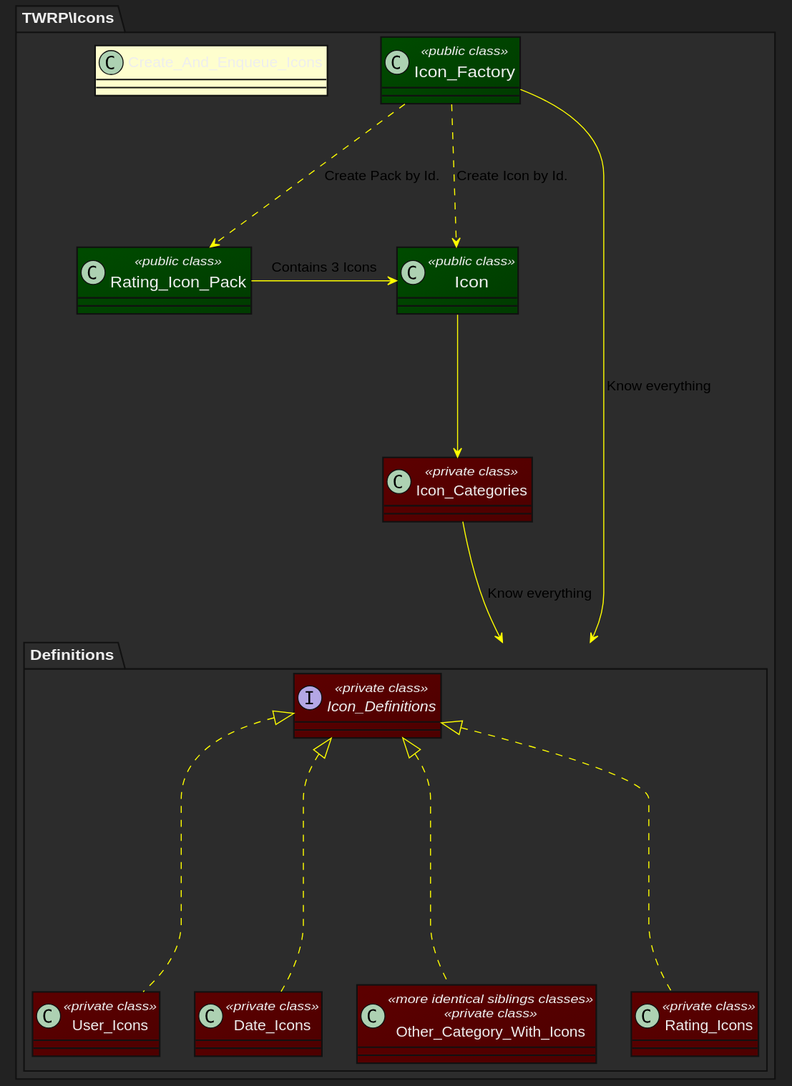
This is puml/Icons.svg from 9brada6/tabs-with-posts, a PlantUML export, as it was before one commit.
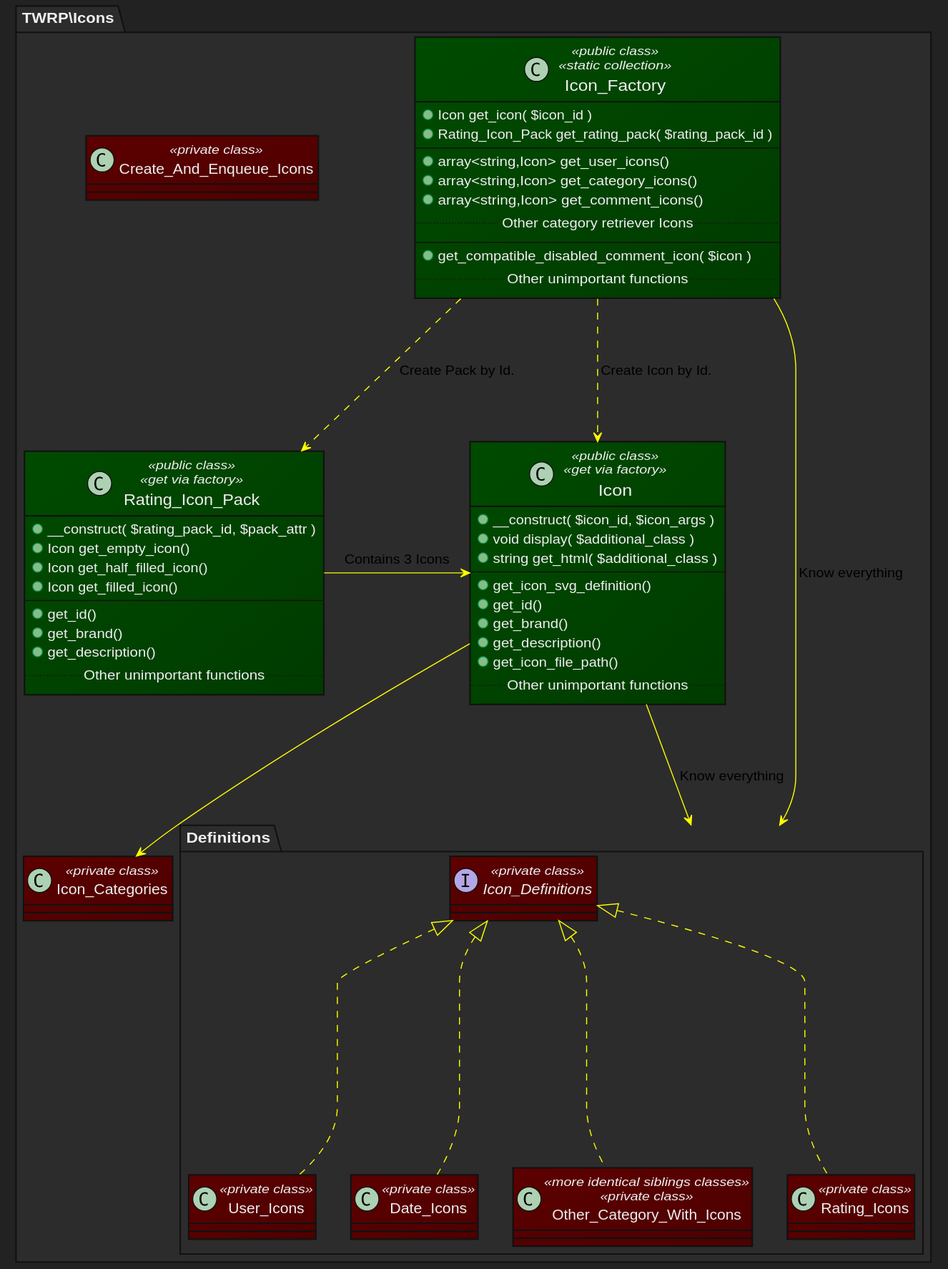
The same diagram one commit later.

Change to the diagram source:
```diff
@@ -44,10 +44,45 @@
 
 
 package "TWRP\Icons" {
-	class Icon_Factory <<public class>> {}
-	class Icon <<public class>> {}
-	class Rating_Icon_Pack <<public class>> {}
-	class Create_And_Enqueue_Icons {}
+	class Icon_Factory <<public class>> <<static collection>> {
+		+ Icon get_icon( $icon_id )
+		+ Rating_Icon_Pack get_rating_pack( $rating_pack_id )
+		--
+		+ array<string,Icon> get_user_icons()
+		+ array<string,Icon> get_category_icons()
+		+ array<string,Icon> get_comment_icons()
+		.. Other category retriever Icons ..
+		--
+		+ get_compatible_disabled_comment_icon( $icon )
+		.. Other unimportant functions ..
+	}
+
+	class Icon <<public class>> <<get via factory>> {
+		+ __construct( $icon_id, $icon_args )
+		+ void display( $additional_class )
+		+ string get_html( $additional_class )
+		--
+		+ get_icon_svg_definition()
+		+ get_id()
+		+ get_brand()
+		+ get_description()
+		+ get_icon_file_path()
+		.. Other unimportant functions ..
+	}
+
+	class Rating_Icon_Pack <<public class>> <<get via factory>> {
+		+ __construct( $rating_pack_id, $pack_attr )
+		+ Icon get_empty_icon()
+		+ Icon get_half_filled_icon()
+		+ Icon get_filled_icon()
+		--
+		+ get_id()
+		+ get_brand()
+		+ get_description()
+		.. Other unimportant functions ..
+	}
+
+	class Create_And_Enqueue_Icons <<private class>> {}
 
 	class Icon_Categories <<private class>> {}
 
@@ -67,7 +102,7 @@
 	Icon --> Icon_Categories
 
 	Icon_Factory --> Definitions : Know everything
-	Icon_Categories --> Definitions : Know everything
+	Icon --> Definitions : Know everything
 	Icon_Definitions <|.. User_Icons
 	Icon_Definitions <|.. Date_Icons
 	Icon_Definitions <|.. Other_Category_With_Icons
```
